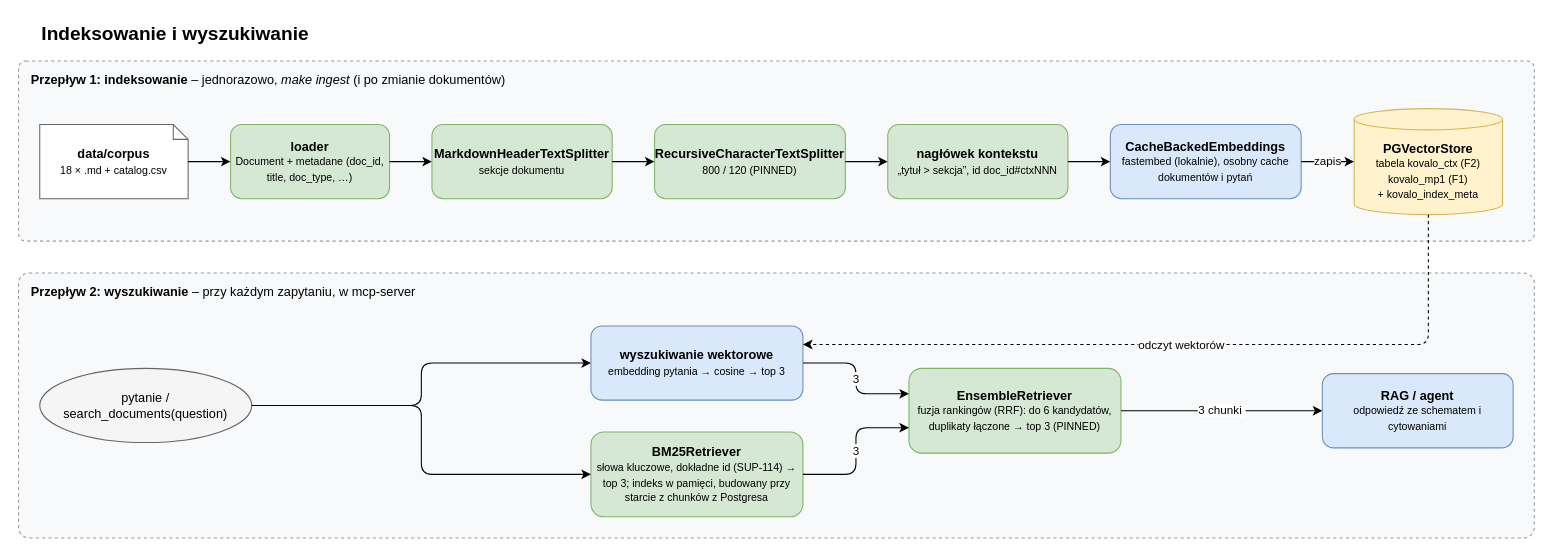
Earlier version of the draw.io diagram page "3. Indeksowanie i wyszukiwanie" (3 of 4) of docs/architecture/kovalo-architecture.drawio (oszypczy/kovalo-copilot). Source tidied: cells renumbered, new cells numbered last; positions are measured from the earlier drawing's top-left corner, leaving out a move shared by most shapes. Both pictures are drawn from the tidied source at 106%, with x=0, y=0 at pixel (18, 18).
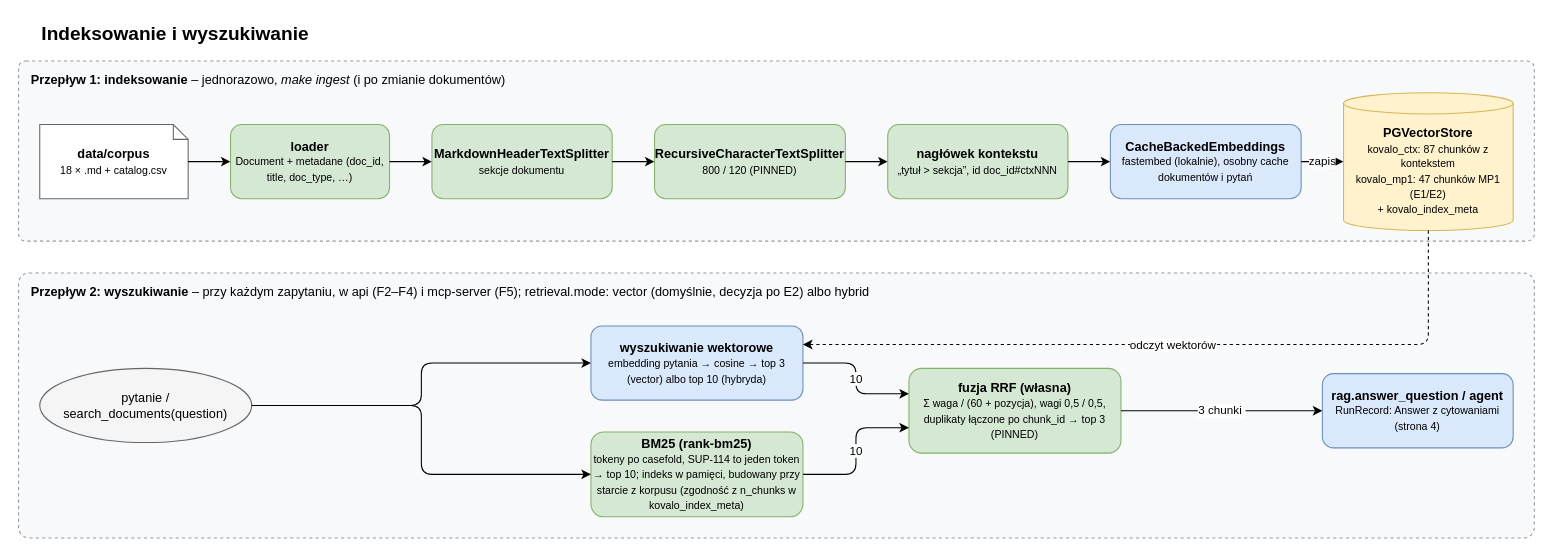
The same page after the edit.

What changed in the source:
```diff
@@
-    <mxCell id="4" value="&lt;b&gt;Przepływ 2: wyszukiwanie&lt;/b&gt; – przy każdym zapytaniu, w mcp-server" style="rounded=1;arcSize=4;align=left;verticalAlign=top;spacingLeft=10;spacingTop=4;fillColor=#f8f9fa;strokeColor=#999999;dashed=1;whiteSpace=wrap;html=1;" parent="1" vertex="1">
+    <mxCell id="4" value="&lt;b&gt;Przepływ 2: wyszukiwanie&lt;/b&gt; – przy każdym zapytaniu, w api (F2–F4) i mcp-server (F5); retrieval.mode: vector (domyślnie, decyzja po E2) albo hybrid" style="rounded=1;arcSize=4;align=left;verticalAlign=top;spacingLeft=10;spacingTop=4;fillColor=#f8f9fa;strokeColor=#999999;dashed=1;whiteSpace=wrap;html=1;" parent="1" vertex="1">
       <mxGeometry y="240" width="1430" height="250" as="geometry" />
     </mxCell>
@@
-    <mxCell id="11" value="&lt;b&gt;PGVectorStore&lt;/b&gt;&lt;br&gt;&lt;font style=&quot;font-size:10px&quot;&gt;tabela kovalo_ctx (F2)&lt;br&gt;kovalo_mp1 (F1)&lt;br&gt;+ kovalo_index_meta&lt;/font&gt;" style="shape=cylinder3;boundedLbl=1;size=10;fillColor=#fff2cc;strokeColor=#d6b656;whiteSpace=wrap;html=1;" parent="1" vertex="1">
-      <mxGeometry x="1260" y="85" width="140" height="100" as="geometry" />
+    <mxCell id="11" value="&lt;b&gt;PGVectorStore&lt;/b&gt;&lt;br&gt;&lt;font style=&quot;font-size:10px&quot;&gt;kovalo_ctx: 87 chunków z kontekstem&lt;br&gt;kovalo_mp1: 47 chunków MP1 (E1/E2)&lt;br&gt;+ kovalo_index_meta&lt;/font&gt;" style="shape=cylinder3;boundedLbl=1;size=10;fillColor=#fff2cc;strokeColor=#d6b656;whiteSpace=wrap;html=1;" parent="1" vertex="1">
+      <mxGeometry x="1250" y="70" width="160" height="130" as="geometry" />
     </mxCell>
@@
-    <mxCell id="13" value="&lt;b&gt;wyszukiwanie wektorowe&lt;/b&gt;&lt;br&gt;&lt;font style=&quot;font-size:10px&quot;&gt;embedding pytania → cosine → top 3&lt;/font&gt;" style="rounded=1;fillColor=#dae8fc;strokeColor=#6c8ebf;whiteSpace=wrap;html=1;" parent="1" vertex="1">
+    <mxCell id="13" value="&lt;b&gt;wyszukiwanie wektorowe&lt;/b&gt;&lt;br&gt;&lt;font style=&quot;font-size:10px&quot;&gt;embedding pytania → cosine → top 3 (vector) albo top 10 (hybryda)&lt;/font&gt;" style="rounded=1;fillColor=#dae8fc;strokeColor=#6c8ebf;whiteSpace=wrap;html=1;" parent="1" vertex="1">
       <mxGeometry x="540" y="290" width="200" height="70" as="geometry" />
     </mxCell>
-    <mxCell id="14" value="&lt;b&gt;BM25Retriever&lt;/b&gt;&lt;br&gt;&lt;font style=&quot;font-size:10px&quot;&gt;słowa kluczowe, dokładne id (SUP-114) → top 3; indeks w pamięci, budowany przy starcie z chunków z Postgresa&lt;/font&gt;" style="rounded=1;fillColor=#d5e8d4;strokeColor=#82b366;whiteSpace=wrap;html=1;" parent="1" vertex="1">
+    <mxCell id="14" value="&lt;b&gt;BM25 (rank-bm25)&lt;/b&gt;&lt;br&gt;&lt;font style=&quot;font-size:10px&quot;&gt;tokeny po casefold, SUP-114 to jeden token → top 10; indeks w pamięci, budowany przy starcie z korpusu (zgodność z n_chunks w kovalo_index_meta)&lt;/font&gt;" style="rounded=1;fillColor=#d5e8d4;strokeColor=#82b366;whiteSpace=wrap;html=1;" parent="1" vertex="1">
       <mxGeometry x="540" y="390" width="200" height="80" as="geometry" />
     </mxCell>
-    <mxCell id="15" value="&lt;b&gt;EnsembleRetriever&lt;/b&gt;&lt;br&gt;&lt;font style=&quot;font-size:10px&quot;&gt;fuzja rankingów (RRF): do 6 kandydatów, duplikaty łączone → top 3 (PINNED)&lt;/font&gt;" style="rounded=1;fillColor=#d5e8d4;strokeColor=#82b366;whiteSpace=wrap;html=1;" parent="1" vertex="1">
+    <mxCell id="15" value="&lt;b&gt;fuzja RRF (własna)&lt;/b&gt;&lt;br&gt;&lt;font style=&quot;font-size:10px&quot;&gt;Σ waga / (60 + pozycja), wagi 0,5 / 0,5, duplikaty łączone po chunk_id → top 3 (PINNED)&lt;/font&gt;" style="rounded=1;fillColor=#d5e8d4;strokeColor=#82b366;whiteSpace=wrap;html=1;" parent="1" vertex="1">
       <mxGeometry x="840" y="330" width="200" height="80" as="geometry" />
     </mxCell>
-    <mxCell id="16" value="&lt;b&gt;RAG / agent&lt;/b&gt;&lt;br&gt;&lt;font style=&quot;font-size:10px&quot;&gt;odpowiedź ze schematem i cytowaniami&lt;/font&gt;" style="rounded=1;fillColor=#dae8fc;strokeColor=#6c8ebf;whiteSpace=wrap;html=1;" parent="1" vertex="1">
+    <mxCell id="16" value="&lt;b&gt;rag.answer_question / agent&lt;/b&gt;&lt;br&gt;&lt;font style=&quot;font-size:10px&quot;&gt;RunRecord: Answer z cytowaniami (strona 4)&lt;/font&gt;" style="rounded=1;fillColor=#dae8fc;strokeColor=#6c8ebf;whiteSpace=wrap;html=1;" parent="1" vertex="1">
       <mxGeometry x="1230" y="335" width="180" height="70" as="geometry" />
     </mxCell>
@@
-    <mxCell id="26" value="3" style="edgeStyle=orthogonalEdgeStyle;rounded=1;html=1;defaultLabelBackgroundColor=page;exitX=1;exitY=0.5;entryX=0;entryY=0.3;" parent="1" edge="1" source="13" target="15">
+    <mxCell id="26" value="10" style="edgeStyle=orthogonalEdgeStyle;rounded=1;html=1;defaultLabelBackgroundColor=page;exitX=1;exitY=0.5;entryX=0;entryY=0.3;" parent="1" edge="1" source="13" target="15">
       <mxGeometry relative="1" as="geometry" />
     </mxCell>
-    <mxCell id="27" value="3" style="edgeStyle=orthogonalEdgeStyle;rounded=1;html=1;defaultLabelBackgroundColor=page;exitX=1;exitY=0.5;entryX=0;entryY=0.7;" parent="1" edge="1" source="14" target="15">
+    <mxCell id="27" value="10" style="edgeStyle=orthogonalEdgeStyle;rounded=1;html=1;defaultLabelBackgroundColor=page;exitX=1;exitY=0.5;entryX=0;entryY=0.7;" parent="1" edge="1" source="14" target="15">
       <mxGeometry relative="1" as="geometry" />
     </mxCell>
```
